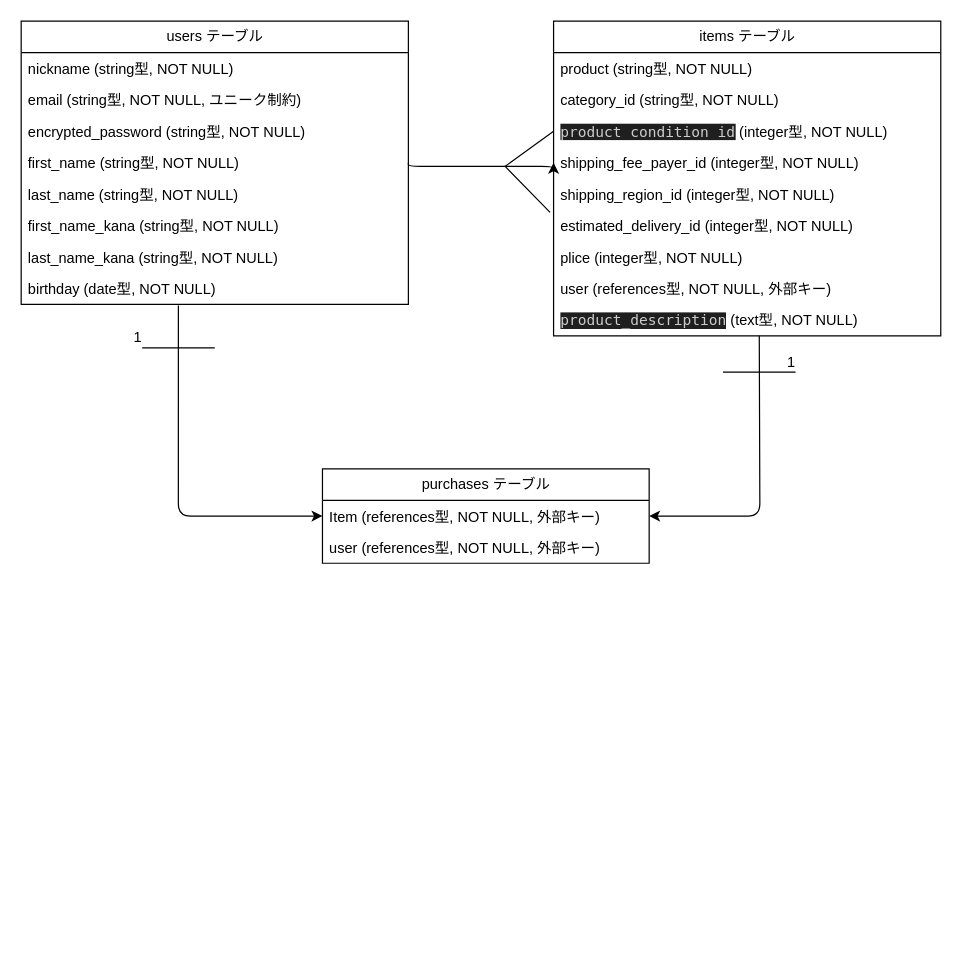
yasu-cr/furima-40130 keeps this draw.io diagram as furima.dio. Above is the earlier version. Source tidied: cells renumbered, new cells numbered last; positions are measured from the earlier drawing's top-left corner, leaving out a move shared by most shapes. Both pictures are drawn from the tidied source at 121%, with x=0, y=0 at pixel (21, 21).
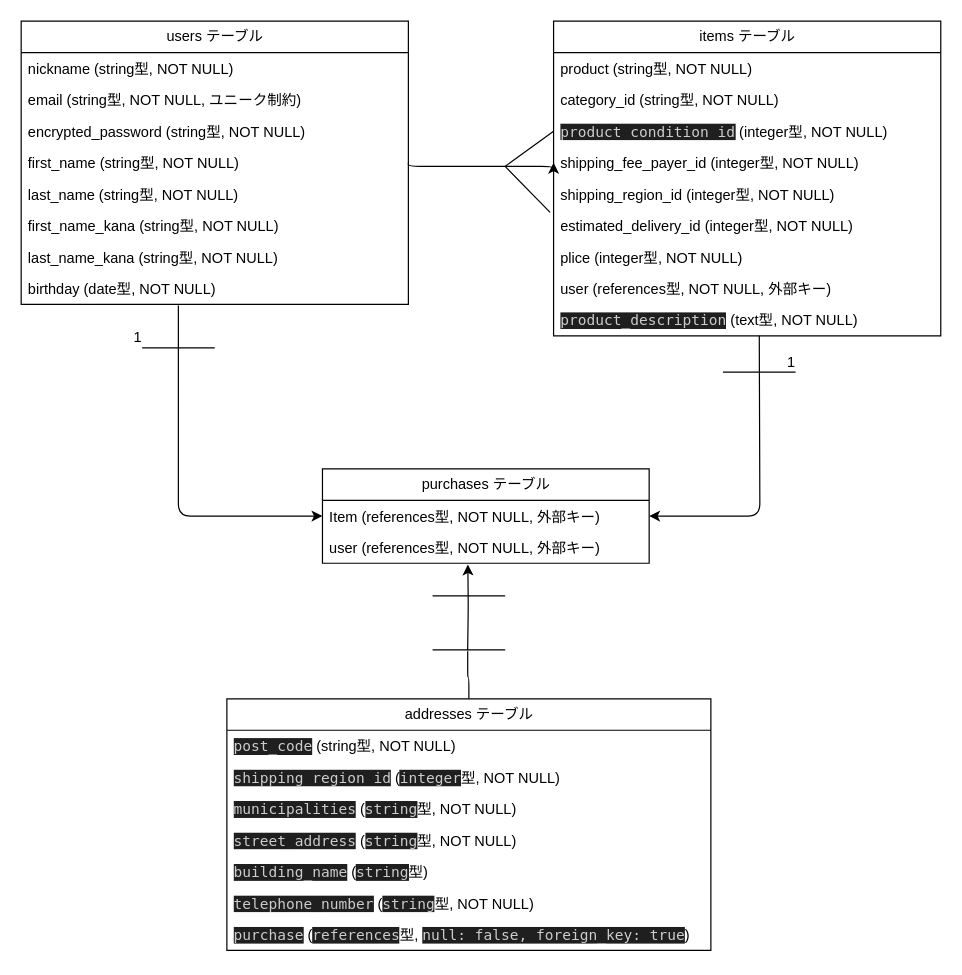
The same diagram, later.

Commit message (it also covers changes not shown here):
テーブル修正とER図の修正

The change refers to these unchanged cells:
```xml
<mxCell id="24" value="&lt;span style=&quot;text-align: center;&quot;&gt;user (references型, NOT NULL, 外部キー)&lt;/span&gt;" style="text;strokeColor=none;fillColor=none;align=left;verticalAlign=top;spacingLeft=4;spacingRight=4;overflow=hidden;points=[[0,0.5],[1,0.5]];portConstraint=eastwest;whiteSpace=wrap;html=1;" parent="22" vertex="1">
  <mxGeometry y="52" width="270" height="26" as="geometry" />
</mxCell>
```

Change to the diagram source:
```diff
@@
+    <mxCell id="32" style="edgeStyle=orthogonalEdgeStyle;html=1;entryX=0.445;entryY=1.038;entryDx=0;entryDy=0;entryPerimeter=0;startArrow=none;" parent="1" edge="1" target="24">
+      <mxGeometry relative="1" as="geometry">
+        <mxPoint x="369" y="520" as="sourcePoint" />
+      </mxGeometry>
+    </mxCell>
+    <mxCell id="33" value="&lt;span style=&quot;&quot;&gt;addresses テーブル&lt;/span&gt;" style="swimlane;fontStyle=0;horizontal=1;startSize=26;fillColor=none;html=1;" parent="1" vertex="1">
+      <mxGeometry x="170" y="560" width="400" height="208" as="geometry" />
+    </mxCell>
+    <mxCell id="34" value="&lt;span style=&quot;background-color: rgb(31, 31, 31); color: rgb(204, 204, 204); font-family: Menlo, Monaco, &amp;quot;Courier New&amp;quot;, monospace;&quot;&gt;post_code&lt;/span&gt;&lt;span style=&quot;text-align: center;&quot;&gt;&amp;nbsp;(string型, NOT NULL)&lt;/span&gt;" style="text;strokeColor=none;fillColor=none;align=left;verticalAlign=top;spacingLeft=4;spacingRight=4;overflow=hidden;whiteSpace=wrap;html=1;" parent="33" vertex="1">
+      <mxGeometry y="26" width="400" height="26" as="geometry" />
+    </mxCell>
+    <mxCell id="35" value="&lt;span style=&quot;background-color: rgb(31, 31, 31); color: rgb(204, 204, 204); font-family: Menlo, Monaco, &amp;quot;Courier New&amp;quot;, monospace;&quot;&gt;shipping_region_id&lt;/span&gt;&lt;span style=&quot;text-align: center;&quot;&gt;&amp;nbsp;(&lt;/span&gt;&lt;span style=&quot;background-color: rgb(31, 31, 31); color: rgb(204, 204, 204); font-family: Menlo, Monaco, &amp;quot;Courier New&amp;quot;, monospace;&quot;&gt;integer&lt;/span&gt;&lt;span style=&quot;text-align: center; background-color: initial;&quot;&gt;型, NOT NULL)&lt;/span&gt;" style="text;strokeColor=none;fillColor=none;align=left;verticalAlign=top;spacingLeft=4;spacingRight=4;overflow=hidden;whiteSpace=wrap;html=1;" parent="33" vertex="1">
+      <mxGeometry y="52" width="400" height="26" as="geometry" />
+    </mxCell>
+    <mxCell id="36" value="&lt;span style=&quot;background-color: rgb(31, 31, 31); color: rgb(204, 204, 204); font-family: Menlo, Monaco, &amp;quot;Courier New&amp;quot;, monospace;&quot;&gt;municipalities&lt;/span&gt;&lt;span style=&quot;text-align: center;&quot;&gt;&amp;nbsp;(&lt;/span&gt;&lt;span style=&quot;background-color: rgb(31, 31, 31); color: rgb(204, 204, 204); font-family: Menlo, Monaco, &amp;quot;Courier New&amp;quot;, monospace;&quot;&gt;string&lt;/span&gt;&lt;span style=&quot;text-align: center; background-color: initial;&quot;&gt;型, NOT NULL)&lt;/span&gt;" style="text;strokeColor=none;fillColor=none;align=left;verticalAlign=top;spacingLeft=4;spacingRight=4;overflow=hidden;whiteSpace=wrap;html=1;" parent="33" vertex="1">
+      <mxGeometry y="78" width="400" height="26" as="geometry" />
+    </mxCell>
+    <mxCell id="37" value="&lt;span style=&quot;background-color: rgb(31, 31, 31); color: rgb(204, 204, 204); font-family: Menlo, Monaco, &amp;quot;Courier New&amp;quot;, monospace;&quot;&gt;street_address&lt;/span&gt;&lt;span style=&quot;text-align: center;&quot;&gt;&amp;nbsp;(&lt;/span&gt;&lt;span style=&quot;background-color: rgb(31, 31, 31); color: rgb(204, 204, 204); font-family: Menlo, Monaco, &amp;quot;Courier New&amp;quot;, monospace;&quot;&gt;string&lt;/span&gt;&lt;span style=&quot;text-align: center; background-color: initial;&quot;&gt;型, NOT NULL)&lt;/span&gt;" style="text;strokeColor=none;fillColor=none;align=left;verticalAlign=top;spacingLeft=4;spacingRight=4;overflow=hidden;whiteSpace=wrap;html=1;" parent="33" vertex="1">
+      <mxGeometry y="104" width="400" height="26" as="geometry" />
+    </mxCell>
+    <mxCell id="38" value="&lt;span style=&quot;background-color: rgb(31, 31, 31); color: rgb(204, 204, 204); font-family: Menlo, Monaco, &amp;quot;Courier New&amp;quot;, monospace;&quot;&gt;building_name&lt;/span&gt;&lt;span style=&quot;text-align: center;&quot;&gt;&amp;nbsp;(&lt;/span&gt;&lt;span style=&quot;background-color: rgb(31, 31, 31); color: rgb(204, 204, 204); font-family: Menlo, Monaco, &amp;quot;Courier New&amp;quot;, monospace;&quot;&gt;string&lt;/span&gt;&lt;span style=&quot;text-align: center; background-color: initial;&quot;&gt;型)&lt;/span&gt;" style="text;strokeColor=none;fillColor=none;align=left;verticalAlign=top;spacingLeft=4;spacingRight=4;overflow=hidden;whiteSpace=wrap;html=1;" parent="33" vertex="1">
+      <mxGeometry y="130" width="400" height="26" as="geometry" />
+    </mxCell>
+    <mxCell id="39" value="&lt;span style=&quot;background-color: rgb(31, 31, 31); color: rgb(204, 204, 204); font-family: Menlo, Monaco, &amp;quot;Courier New&amp;quot;, monospace;&quot;&gt;telephone_number&lt;/span&gt;&lt;span style=&quot;text-align: center;&quot;&gt;&amp;nbsp;(&lt;/span&gt;&lt;span style=&quot;background-color: rgb(31, 31, 31); color: rgb(204, 204, 204); font-family: Menlo, Monaco, &amp;quot;Courier New&amp;quot;, monospace;&quot;&gt;string&lt;/span&gt;&lt;span style=&quot;text-align: center; background-color: initial;&quot;&gt;型, NOT NULL)&lt;/span&gt;" style="text;strokeColor=none;fillColor=none;align=left;verticalAlign=top;spacingLeft=4;spacingRight=4;overflow=hidden;whiteSpace=wrap;html=1;" parent="33" vertex="1">
+      <mxGeometry y="156" width="400" height="26" as="geometry" />
+    </mxCell>
+    <mxCell id="40" value="&lt;span style=&quot;background-color: rgb(31, 31, 31); color: rgb(204, 204, 204); font-family: Menlo, Monaco, &amp;quot;Courier New&amp;quot;, monospace;&quot;&gt;purchase&lt;/span&gt;&lt;span style=&quot;text-align: center;&quot;&gt;&amp;nbsp;(&lt;/span&gt;&lt;span style=&quot;background-color: rgb(31, 31, 31); color: rgb(204, 204, 204); font-family: Menlo, Monaco, &amp;quot;Courier New&amp;quot;, monospace;&quot;&gt;references&lt;/span&gt;&lt;span style=&quot;text-align: center; background-color: initial;&quot;&gt;型,&amp;nbsp;&lt;/span&gt;&lt;span style=&quot;background-color: rgb(31, 31, 31); color: rgb(204, 204, 204); font-family: Menlo, Monaco, &amp;quot;Courier New&amp;quot;, monospace;&quot;&gt;null: false, foreign_key: true&lt;/span&gt;&lt;span style=&quot;background-color: initial; text-align: center;&quot;&gt;)&lt;/span&gt;" style="text;strokeColor=none;fillColor=none;align=left;verticalAlign=top;spacingLeft=4;spacingRight=4;overflow=hidden;whiteSpace=wrap;html=1;" parent="33" vertex="1">
+      <mxGeometry y="182" width="400" height="26" as="geometry" />
+    </mxCell>
+    <mxCell id="41" style="edgeStyle=orthogonalEdgeStyle;html=1;exitX=0.5;exitY=0;exitDx=0;exitDy=0;entryX=0.484;entryY=0.626;entryDx=0;entryDy=0;entryPerimeter=0;endArrow=none;" parent="1" edge="1" source="33" target="42">
+      <mxGeometry relative="1" as="geometry">
+        <Array as="points">
+          <mxPoint x="370" y="542" />
+          <mxPoint x="369" y="521" />
+        </Array>
+      </mxGeometry>
+    </mxCell>
+    <mxCell id="42" style="line;strokeWidth=1;dashed=0;labelPosition=right;align=left;verticalAlign=middle;spacingTop=0;spacingLeft=6;points=[];portConstraint=eastwest;" parent="1" vertex="1">
+      <mxGeometry x="340" y="514.5" width="60" height="10" as="geometry" />
+    </mxCell>
+    <mxCell id="43" style="line;strokeWidth=1;dashed=0;labelPosition=right;align=left;verticalAlign=middle;spacingTop=0;spacingLeft=6;" parent="1" vertex="1">
+      <mxGeometry x="340" y="470" width="60" height="10" as="geometry" />
+    </mxCell>
```
